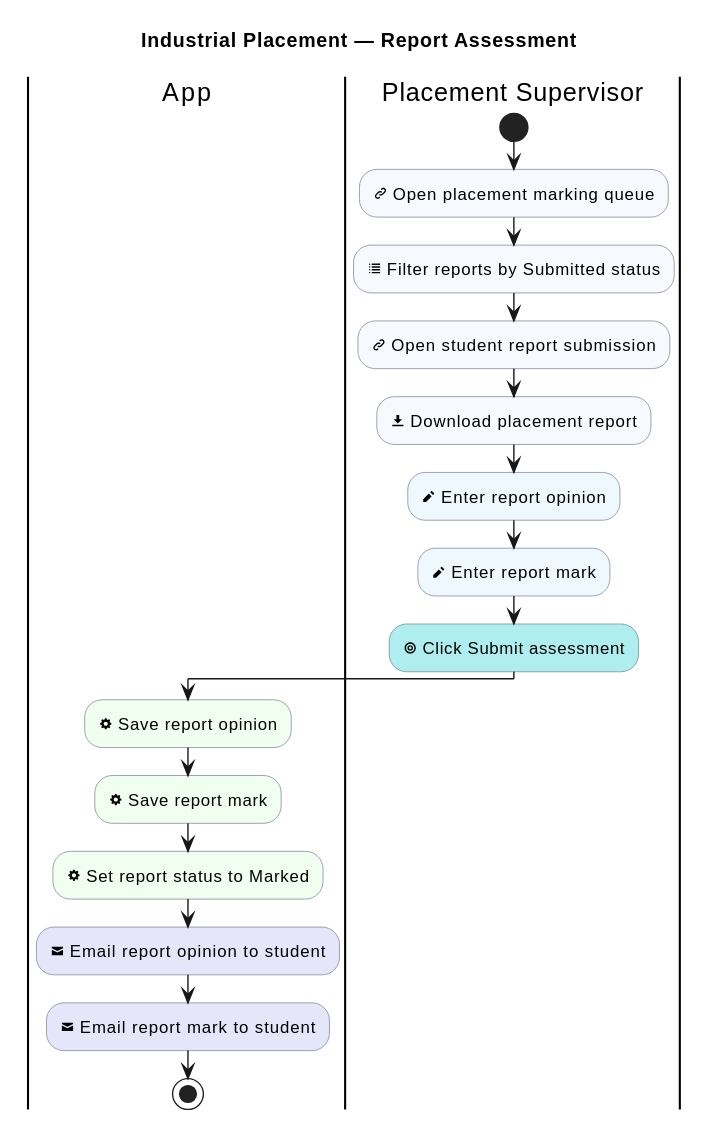
sdflkjssl/sdflkjssl.github.io keeps this PlantUML diagram as industrial-placement-group-project/diagrams/industrial-placement/report-assessment.svg. Above is the earlier version.
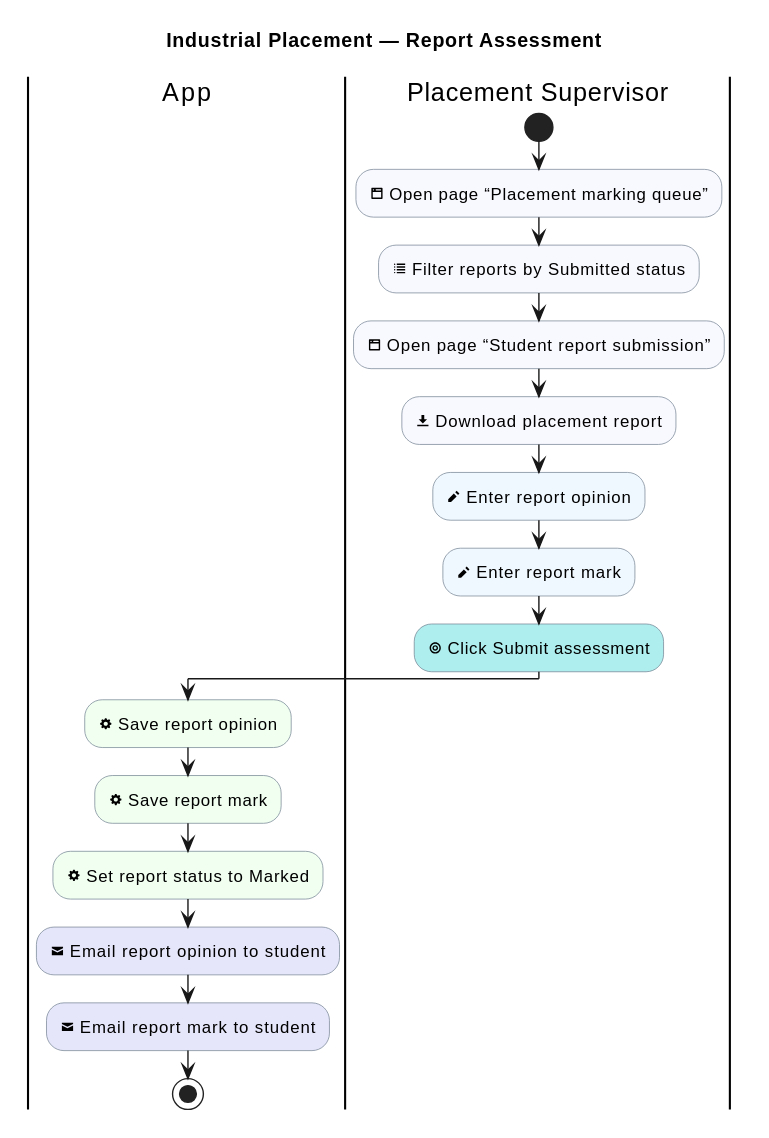
Later version of the same file.

What changed in the source:
```diff
@@ -12,9 +12,9 @@
 
 |Placement Supervisor|
 start
-:<&link-intact> Open placement marking queue; <<#GhostWhite>>
+:<&browser> Open page “Placement marking queue”; <<#GhostWhite>>
 :<&list> Filter reports by Submitted status; <<#GhostWhite>>
-:<&link-intact> Open student report submission; <<#GhostWhite>>
+:<&browser> Open page “Student report submission”; <<#GhostWhite>>
 :<&data-transfer-download> Download placement report; <<#GhostWhite>>
 :<&pencil> Enter report opinion; <<#AliceBlue>>
 :<&pencil> Enter report mark; <<#AliceBlue>>
```
